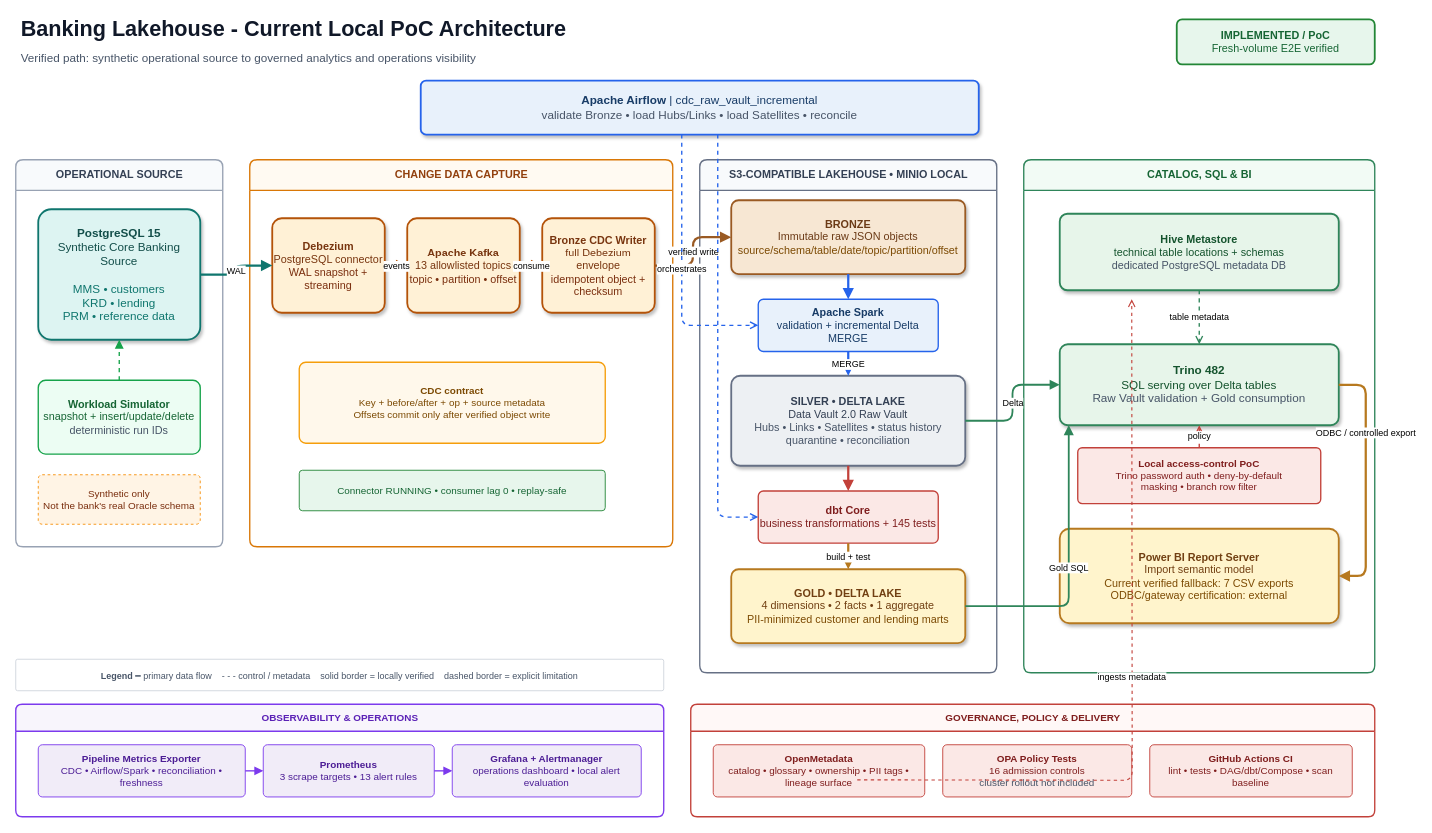
Above: page "1 - Current Local PoC" (1 of 3) of LAKEHOUSE_ARCHITECTURE.drawio in enesthebadass/Lakehouse-and-Medallion-Architecture (draw.io), before the change. Source tidied: cells renumbered, new cells numbered last; positions are measured from the earlier drawing's top-left corner, leaving out a move shared by most shapes. Both pictures are drawn from the tidied source at 90%, with x=0, y=0 at pixel (15, 15).
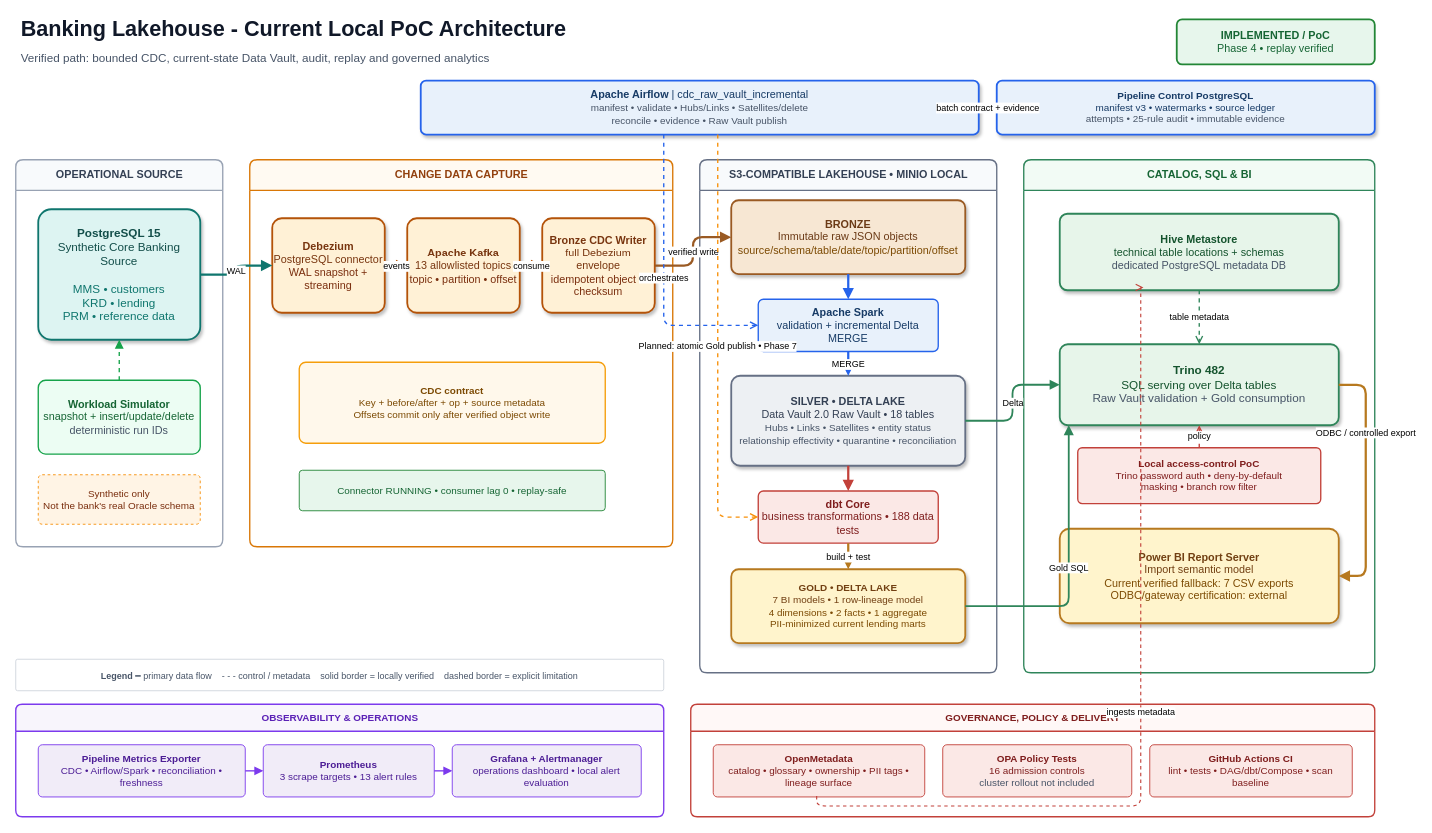
The same diagram, later.

The change refers to these unchanged cells:
```xml
<mxCell id="17" value="&lt;b&gt;Apache Spark&lt;/b&gt;&lt;br&gt;validation + incremental Delta MERGE" style="rounded=1;whiteSpace=wrap;html=1;arcSize=10;fillColor=#E8F1FB;strokeColor=#2563EB;strokeWidth=1.5;fontColor=#173B66;fontSize=12;align=center;verticalAlign=middle;" parent="1" vertex="1">
  <mxGeometry x="825" y="315" width="200" height="58" as="geometry" />
</mxCell>
<mxCell id="22" value="&lt;b&gt;Hive Metastore&lt;/b&gt;&lt;br&gt;technical table locations + schemas&lt;br&gt;&lt;font color=&quot;#475467&quot;&gt;dedicated PostgreSQL metadata DB&lt;/font&gt;" style="rounded=1;whiteSpace=wrap;html=1;arcSize=10;fillColor=#E7F5EA;strokeColor=#2F855A;strokeWidth=2;fontColor=#14532D;fontSize=12;align=center;verticalAlign=middle;shadow=1;" parent="1" vertex="1">
  <mxGeometry x="1160" y="220" width="310" height="85" as="geometry" />
</mxCell>
<mxCell id="31" value="&lt;b&gt;OpenMetadata&lt;/b&gt;&lt;br&gt;catalog • glossary • ownership • PII tags • lineage surface" style="rounded=1;whiteSpace=wrap;html=1;arcSize=8;fillColor=#FBE8E6;strokeColor=#C2413A;fontColor=#7F1D1D;fontSize=11;align=center;verticalAlign=middle;" parent="1" vertex="1">
  <mxGeometry x="775" y="810" width="235" height="58" as="geometry" />
</mxCell>
```

The edit, as a diff of the source:
```diff
@@
-    <mxCell id="2" value="&lt;b&gt;Banking Lakehouse - Current Local PoC Architecture&lt;/b&gt;&lt;br&gt;&lt;font color=&quot;#475467&quot; style=&quot;font-size:13px&quot;&gt;Verified path: synthetic operational source to governed analytics and operations visibility&lt;/font&gt;" style="text;html=1;strokeColor=none;fillColor=none;align=left;verticalAlign=middle;fontSize=24;fontColor=#101828;spacingLeft=4;" parent="1" vertex="1">
+    <mxCell id="2" value="&lt;b&gt;Banking Lakehouse - Current Local PoC Architecture&lt;/b&gt;&lt;br&gt;&lt;font color=&quot;#475467&quot; style=&quot;font-size:13px&quot;&gt;Verified path: bounded CDC, current-state Data Vault, audit, replay and governed analytics&lt;/font&gt;" style="text;html=1;strokeColor=none;fillColor=none;align=left;verticalAlign=middle;fontSize=24;fontColor=#101828;spacingLeft=4;" parent="1" vertex="1">
       <mxGeometry width="1010" height="58" as="geometry" />
     </mxCell>
-    <mxCell id="3" value="&lt;b&gt;IMPLEMENTED / PoC&lt;/b&gt;&lt;br&gt;Fresh-volume E2E verified" style="rounded=1;whiteSpace=wrap;html=1;arcSize=12;fillColor=#E7F6EC;strokeColor=#238636;strokeWidth=2;fontColor=#166534;fontSize=12;align=center;verticalAlign=middle;" parent="1" vertex="1">
+    <mxCell id="3" value="&lt;b&gt;IMPLEMENTED / PoC&lt;/b&gt;&lt;br&gt;Phase 4 • replay verified" style="rounded=1;whiteSpace=wrap;html=1;arcSize=12;fillColor=#E7F6EC;strokeColor=#238636;strokeWidth=2;fontColor=#166534;fontSize=12;align=center;verticalAlign=middle;" parent="1" vertex="1">
       <mxGeometry x="1290" y="4" width="220" height="50" as="geometry" />
     </mxCell>
-    <mxCell id="4" value="&lt;b&gt;Apache Airflow&lt;/b&gt;  |  cdc_raw_vault_incremental&lt;br&gt;&lt;font color=&quot;#475467&quot;&gt;validate Bronze  •  load Hubs/Links  •  load Satellites  •  reconcile&lt;/font&gt;" style="rounded=1;whiteSpace=wrap;html=1;arcSize=10;fillColor=#E8F1FB;strokeColor=#2563EB;strokeWidth=2;fontColor=#173B66;fontSize=13;align=center;verticalAlign=middle;shadow=1;" parent="1" vertex="1">
+    <mxCell id="4" value="&lt;b&gt;Apache Airflow&lt;/b&gt;  |  cdc_raw_vault_incremental&lt;br&gt;&lt;font color=&quot;#475467&quot; style=&quot;font-size:11px&quot;&gt;manifest • validate • Hubs/Links • Satellites/delete&lt;br&gt;reconcile • evidence • Raw Vault publish&lt;/font&gt;" style="rounded=1;whiteSpace=wrap;html=1;arcSize=10;fillColor=#E8F1FB;strokeColor=#2563EB;strokeWidth=2;fontColor=#173B66;fontSize=12;align=center;verticalAlign=middle;shadow=1;" parent="1" vertex="1">
       <mxGeometry x="450" y="72" width="620" height="60" as="geometry" />
     </mxCell>
+    <mxCell id="54" value="&lt;b&gt;Pipeline Control PostgreSQL&lt;/b&gt;&lt;br&gt;manifest v3 • watermarks • source ledger&lt;br&gt;&lt;font color=&quot;#475467&quot;&gt;attempts • 25-rule audit • immutable evidence&lt;/font&gt;" style="rounded=1;whiteSpace=wrap;html=1;arcSize=10;fillColor=#E8F1FB;strokeColor=#2563EB;strokeWidth=2;fontColor=#173B66;fontSize=11;align=center;verticalAlign=middle;shadow=1;" parent="1" vertex="1">
+      <mxGeometry x="1090" y="72" width="420" height="60" as="geometry" />
+    </mxCell>
@@
-    <mxCell id="18" value="&lt;b&gt;SILVER  •  DELTA LAKE&lt;/b&gt;&lt;br&gt;Data Vault 2.0 Raw Vault&lt;br&gt;&lt;font color=&quot;#475467&quot;&gt;Hubs • Links • Satellites • status history&lt;br&gt;quarantine • reconciliation&lt;/font&gt;" style="rounded=1;whiteSpace=wrap;html=1;arcSize=10;fillColor=#EDF0F3;strokeColor=#667085;strokeWidth=2;fontColor=#344054;fontSize=12;align=center;verticalAlign=middle;shadow=1;" parent="1" vertex="1">
+    <mxCell id="18" value="&lt;b&gt;SILVER  •  DELTA LAKE&lt;/b&gt;&lt;br&gt;Data Vault 2.0 Raw Vault • 18 tables&lt;br&gt;&lt;font color=&quot;#475467&quot; style=&quot;font-size:11px&quot;&gt;Hubs • Links • Satellites • entity status&lt;br&gt;relationship effectivity • quarantine • reconciliation&lt;/font&gt;" style="rounded=1;whiteSpace=wrap;html=1;arcSize=10;fillColor=#EDF0F3;strokeColor=#667085;strokeWidth=2;fontColor=#344054;fontSize=12;align=center;verticalAlign=middle;shadow=1;" parent="1" vertex="1">
       <mxGeometry x="795" y="400" width="260" height="100" as="geometry" />
     </mxCell>
-    <mxCell id="19" value="&lt;b&gt;dbt Core&lt;/b&gt;&lt;br&gt;business transformations + 145 tests" style="rounded=1;whiteSpace=wrap;html=1;arcSize=10;fillColor=#FBE8E6;strokeColor=#C2413A;strokeWidth=1.5;fontColor=#7F1D1D;fontSize=12;align=center;verticalAlign=middle;" parent="1" vertex="1">
+    <mxCell id="19" value="&lt;b&gt;dbt Core&lt;/b&gt;&lt;br&gt;business transformations • 188 data tests" style="rounded=1;whiteSpace=wrap;html=1;arcSize=10;fillColor=#FBE8E6;strokeColor=#C2413A;strokeWidth=1.5;fontColor=#7F1D1D;fontSize=12;align=center;verticalAlign=middle;" parent="1" vertex="1">
       <mxGeometry x="825" y="528" width="200" height="58" as="geometry" />
     </mxCell>
-    <mxCell id="20" value="&lt;b&gt;GOLD  •  DELTA LAKE&lt;/b&gt;&lt;br&gt;4 dimensions • 2 facts • 1 aggregate&lt;br&gt;&lt;font color=&quot;#7C4A03&quot;&gt;PII-minimized customer and lending marts&lt;/font&gt;" style="rounded=1;whiteSpace=wrap;html=1;arcSize=10;fillColor=#FFF4CC;strokeColor=#B7791F;strokeWidth=2;fontColor=#713F12;fontSize=12;align=center;verticalAlign=middle;shadow=1;" parent="1" vertex="1">
+    <mxCell id="20" value="&lt;b&gt;GOLD  •  DELTA LAKE&lt;/b&gt;&lt;br&gt;7 BI models • 1 row-lineage model&lt;br&gt;&lt;font color=&quot;#7C4A03&quot;&gt;4 dimensions • 2 facts • 1 aggregate&lt;br&gt;PII-minimized current lending marts&lt;/font&gt;" style="rounded=1;whiteSpace=wrap;html=1;arcSize=10;fillColor=#FFF4CC;strokeColor=#B7791F;strokeWidth=2;fontColor=#713F12;fontSize=11;align=center;verticalAlign=middle;shadow=1;" parent="1" vertex="1">
       <mxGeometry x="795" y="615" width="260" height="82" as="geometry" />
     </mxCell>
@@
     <mxCell id="48" value="orchestrates" style="edgeStyle=orthogonalEdgeStyle;rounded=1;html=1;strokeColor=#2563EB;strokeWidth=1.5;dashed=1;endArrow=open;endFill=0;fontSize=10;labelBackgroundColor=#FFFFFF;entryX=0;entryY=0.5;entryDx=0;entryDy=0;" parent="1" edge="1" source="4" target="17">
       <mxGeometry relative="1" as="geometry">
         <Array as="points">
-          <mxPoint x="740" y="344" />
+          <mxPoint x="720" y="344" />
         </Array>
       </mxGeometry>
     </mxCell>
-    <mxCell id="49" style="edgeStyle=orthogonalEdgeStyle;rounded=1;html=1;strokeColor=#2563EB;strokeWidth=1.5;dashed=1;endArrow=open;endFill=0;" parent="1" edge="1" source="4" target="19">
+    <mxCell id="49" value="Planned: atomic Gold publish • Phase 7" style="edgeStyle=orthogonalEdgeStyle;rounded=1;html=1;strokeColor=#F79009;strokeWidth=1.5;dashed=1;endArrow=open;endFill=0;fontSize=10;labelBackgroundColor=#FFFFFF;" parent="1" edge="1" source="4" target="19">
       <mxGeometry relative="1" as="geometry">
         <Array as="points">
           <mxPoint x="780" y="557" />
         </Array>
       </mxGeometry>
     </mxCell>
+    <mxCell id="55" value="batch contract + evidence" style="edgeStyle=orthogonalEdgeStyle;rounded=1;html=1;strokeColor=#2563EB;strokeWidth=1.5;dashed=1;endArrow=open;endFill=0;fontSize=10;labelBackgroundColor=#FFFFFF;" parent="1" edge="1" source="4" target="54">
+      <mxGeometry relative="1" as="geometry" />
+    </mxCell>
@@
-    <mxCell id="52" value="ingests metadata" style="edgeStyle=orthogonalEdgeStyle;rounded=1;html=1;strokeColor=#C2413A;strokeWidth=1.25;dashed=1;endArrow=open;endFill=0;fontSize=10;labelBackgroundColor=#FFFFFF;" parent="1" edge="1">
+    <mxCell id="52" value="ingests metadata" style="edgeStyle=orthogonalEdgeStyle;rounded=1;html=1;strokeColor=#C2413A;strokeWidth=1.25;dashed=1;endArrow=open;endFill=0;fontSize=10;labelBackgroundColor=#FFFFFF;exitX=0.489;exitY=0.983;exitDx=0;exitDy=0;exitPerimeter=0;entryX=0.3;entryY=0.965;entryDx=0;entryDy=0;entryPerimeter=0;" parent="1" edge="1" source="31" target="22">
       <mxGeometry relative="1" as="geometry">
-        <mxPoint x="935" y="849" as="sourcePoint" />
-        <mxPoint x="1240" y="315" as="targetPoint" />
+        <Array as="points">
+          <mxPoint x="889.9" y="878" />
+          <mxPoint x="1250" y="878" />
+          <mxPoint x="1250" y="302" />
+        </Array>
       </mxGeometry>
     </mxCell>
```
